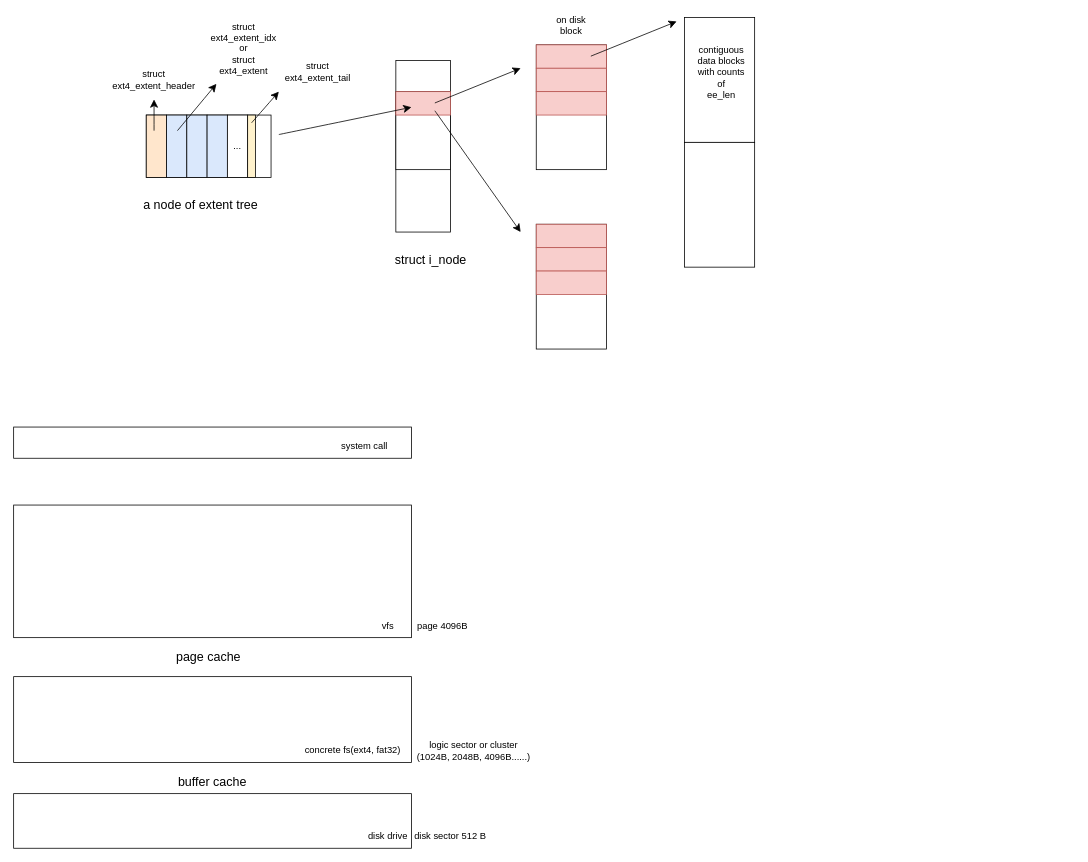
The draw.io diagram tatakos.drawio in DavidZyy/drawio_repo, before the edit. Source tidied: cells renumbered, new cells numbered last; positions are measured from the earlier drawing's top-left corner, leaving out a move shared by most shapes. Both pictures are drawn from the tidied source at 78%, with x=0, y=0 at pixel (13, 13).
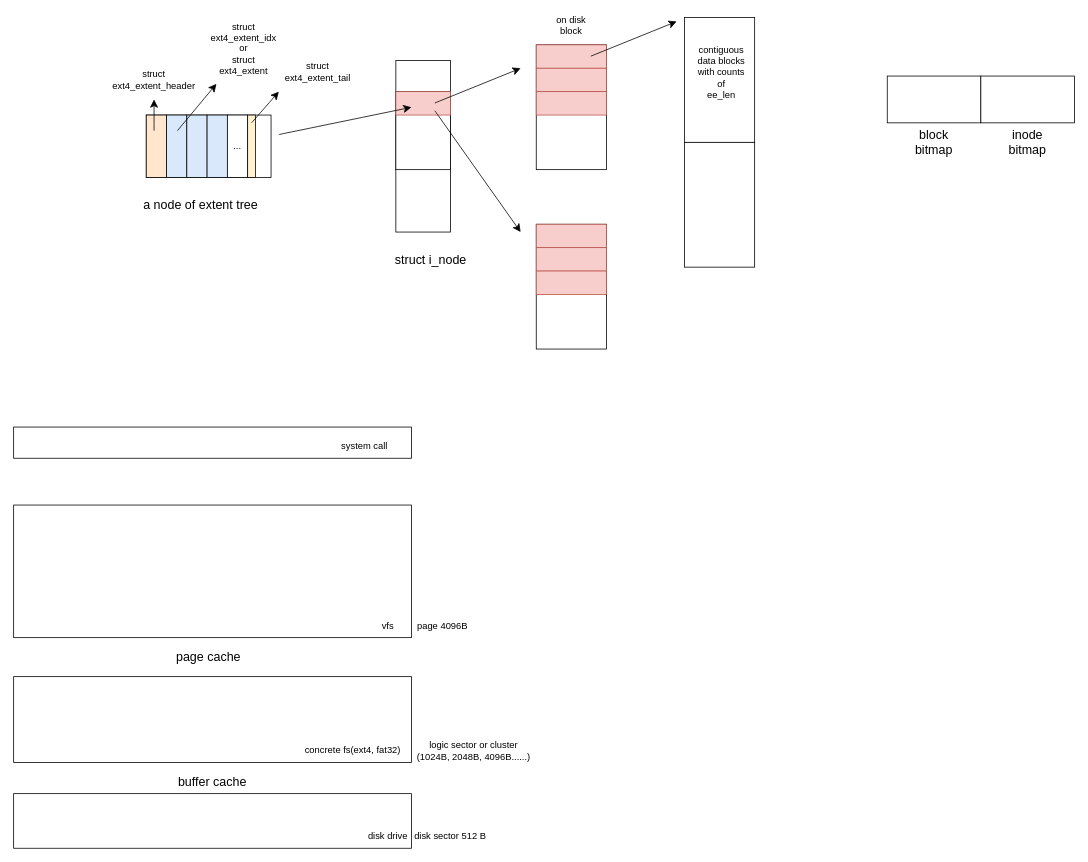
After the change.

Diff of the diagram source:
```diff
@@
+    <mxCell id="50" style="rounded=0;whiteSpace=wrap;html=1;fontSize=16;" parent="1" vertex="1">
+      <mxGeometry x="1120" y="80" width="120" height="60" as="geometry" />
+    </mxCell>
+    <mxCell id="51" style="rounded=0;whiteSpace=wrap;html=1;fontSize=16;" parent="1" vertex="1">
+      <mxGeometry x="1240" y="80" width="120" height="60" as="geometry" />
+    </mxCell>
+    <mxCell id="52" value="block bitmap" style="text;strokeColor=none;align=center;fillColor=none;html=1;verticalAlign=middle;whiteSpace=wrap;rounded=0;fontSize=16;" parent="1" vertex="1">
+      <mxGeometry x="1150" y="150" width="60" height="30" as="geometry" />
+    </mxCell>
+    <mxCell id="53" value="inode bitmap" style="text;strokeColor=none;align=center;fillColor=none;html=1;verticalAlign=middle;whiteSpace=wrap;rounded=0;fontSize=16;" parent="1" vertex="1">
+      <mxGeometry x="1270" y="150" width="60" height="30" as="geometry" />
+    </mxCell>
```
